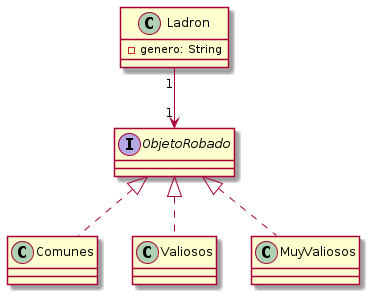
Above: diagrams/classes/clase_ladron.png in MegaRedHand/algo-thief (PlantUML), before the change.
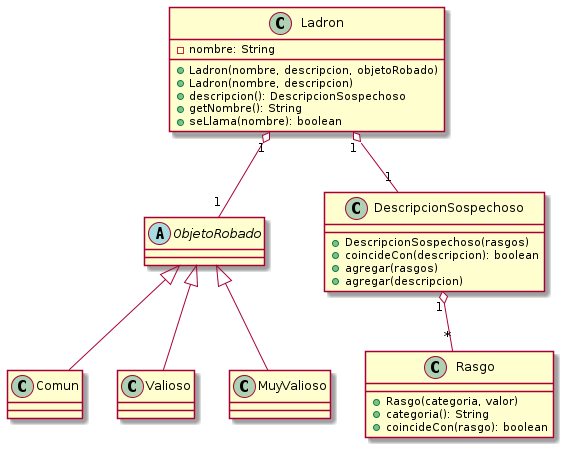
The same file after the commit.

The edit, as a diff of the source:
```diff
@@ -1,15 +1,35 @@
 @startuml
 
 class Ladron {
-    - genero: String
+    - nombre: String
+    + Ladron(nombre, descripcion, objetoRobado)
+    + Ladron(nombre, descripcion)
+    + descripcion(): DescripcionSospechoso
+    + getNombre(): String
+    + seLlama(nombre): boolean
 }
 
-interface ObjetoRobado
+abstract class ObjetoRobado
 
-class Comunes implements ObjetoRobado
-class Valiosos implements ObjetoRobado
-class MuyValiosos implements ObjetoRobado
+class Comun extends ObjetoRobado
+class Valioso extends ObjetoRobado
+class MuyValioso extends ObjetoRobado
 
-Ladron "1" --> "1" ObjetoRobado
+class DescripcionSospechoso {
+    + DescripcionSospechoso(rasgos)
+    + coincideCon(descripcion): boolean
+    + agregar(rasgos)
+    + agregar(descripcion)
+}
+
+class Rasgo {
+    + Rasgo(categoria, valor)
+    + categoria(): String
+    + coincideCon(rasgo): boolean
+}
+
+Ladron "1" o-- "1" ObjetoRobado
+Ladron "1" o-- "1" DescripcionSospechoso
+DescripcionSospechoso "1" o-- "*" Rasgo
 
 @enduml
```
